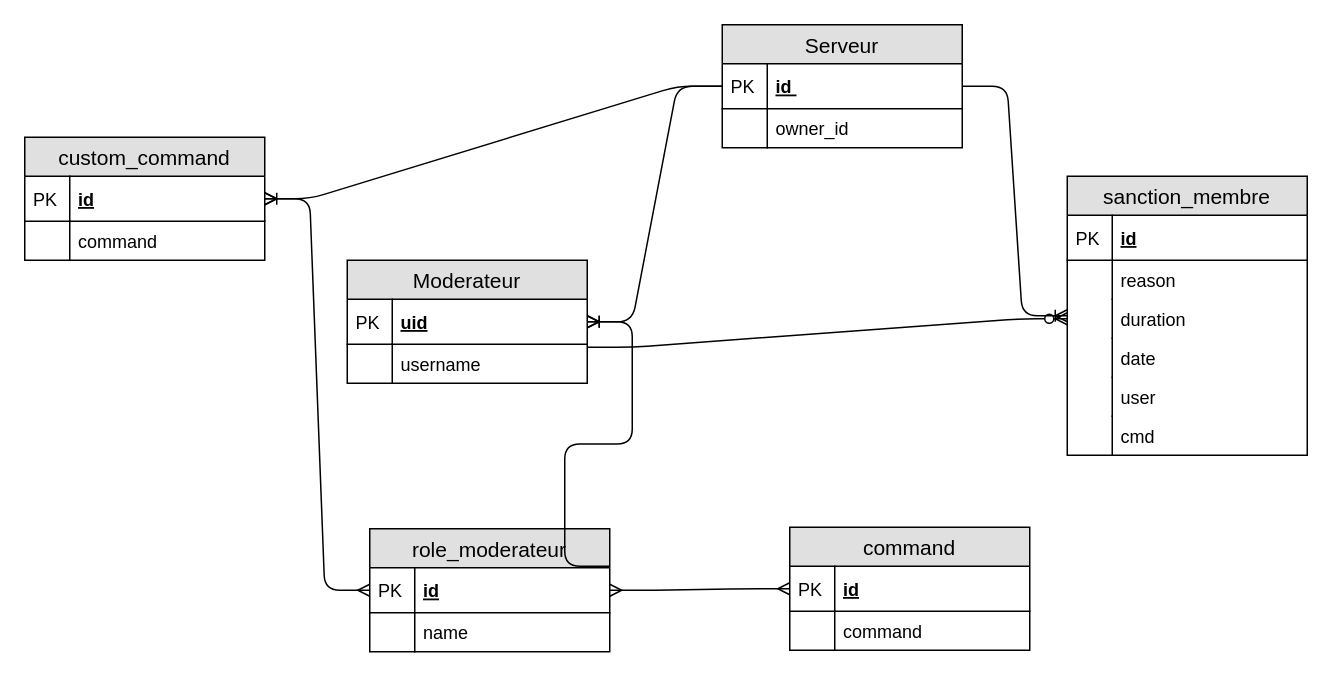
The draw.io diagram doc/schema_associatif.drawio in RomainCtl/discord_project, before the edit. Source tidied: cells renumbered, new cells numbered last; positions are measured from the earlier drawing's top-left corner, leaving out a move shared by most shapes. Both pictures are drawn from the tidied source at 150%, with x=0, y=0 at pixel (24, 24).
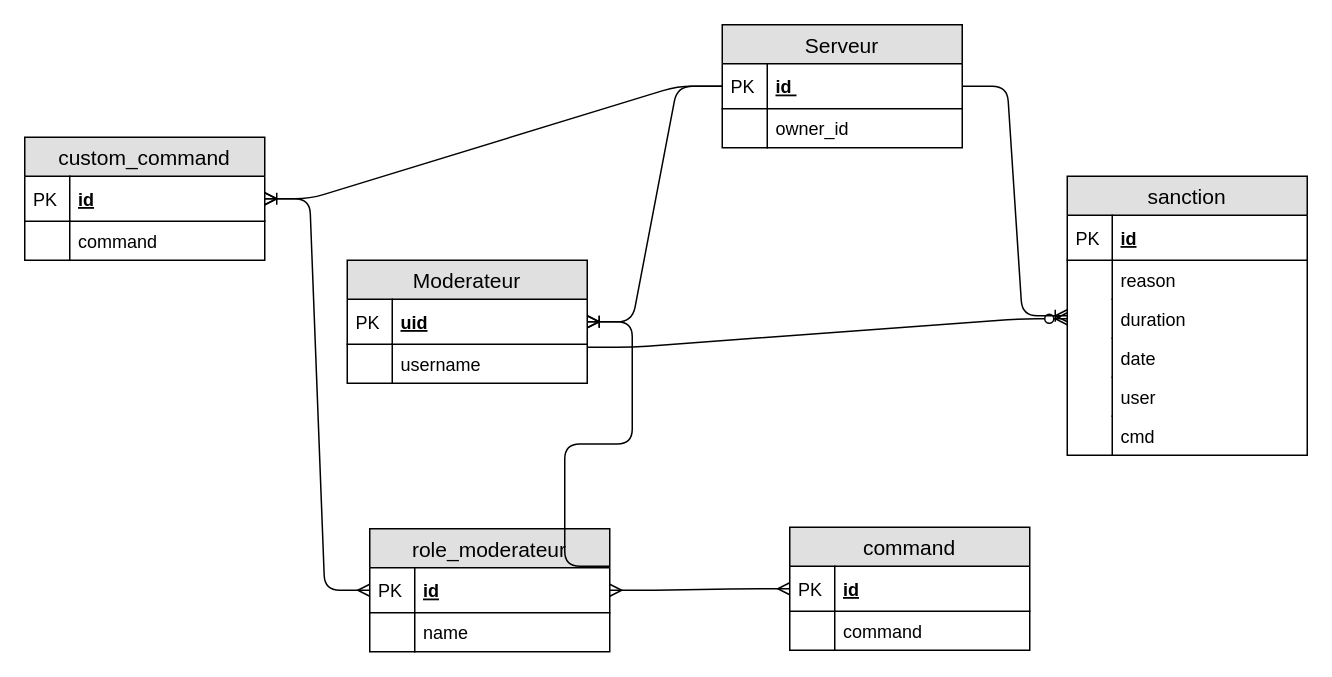
Above is the later version.

Commit message (it also covers changes not shown here):
change 'sanction_mambre' to 'sanction'

Diff of the diagram source:
```diff
@@
-    <mxCell id="24" value="sanction_membre" style="swimlane;fontStyle=0;horizontal=1;startSize=26;fillColor=#e0e0e0;swimlaneFillColor=#ffffff;align=center;fontSize=14;strokeColor=#000000;fontColor=#000000;" parent="1" vertex="1">
+    <mxCell id="24" value="sanction" style="swimlane;fontStyle=0;horizontal=1;startSize=26;fillColor=#e0e0e0;swimlaneFillColor=#ffffff;align=center;fontSize=14;strokeColor=#000000;fontColor=#000000;" parent="1" vertex="1">
       <mxGeometry x="695" y="101" width="160" height="186" as="geometry" />
     </mxCell>
```
